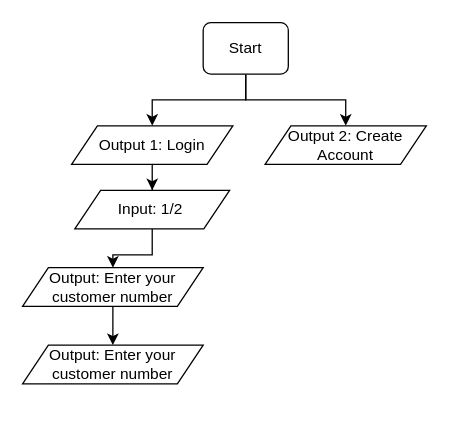
The draw.io diagram Untitled Diagram.drawio in EstiaanG/QA_Journey, before the edit. Source tidied: cells renumbered, new cells numbered last; positions are measured from the earlier drawing's top-left corner, leaving out a move shared by most shapes. Both pictures are drawn from the tidied source at 129%, with x=0, y=0 at pixel (22, 22).
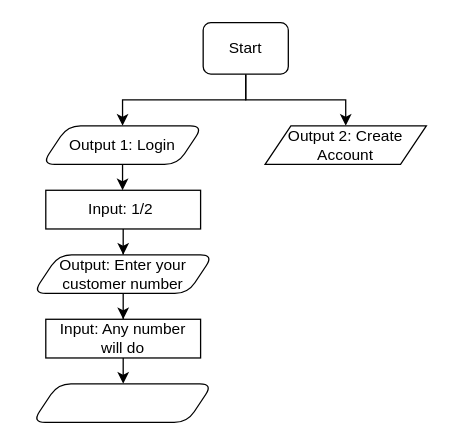
After the change.

The edit, as a diff of the source:
```diff
@@
 <mxGraphModel>
   <root>
     <mxCell id="0" />
     <mxCell id="1" parent="0" />
     <mxCell id="2" style="edgeStyle=orthogonalEdgeStyle;rounded=0;jettySize=auto;html=1;" parent="1" edge="1" source="4" target="6">
       <mxGeometry relative="1" as="geometry" />
     </mxCell>
     <mxCell id="3" style="edgeStyle=orthogonalEdgeStyle;rounded=0;jettySize=auto;html=1;entryX=0.5;entryY=0;entryDx=0;entryDy=0;" parent="1" edge="1" source="4" target="7">
       <mxGeometry relative="1" as="geometry" />
     </mxCell>
     <mxCell id="4" value="Start" style="rounded=1;whiteSpace=wrap;html=1;" parent="1" vertex="1">
       <mxGeometry x="140" width="66" height="40" as="geometry" />
     </mxCell>
-    <mxCell id="5" style="edgeStyle=orthogonalEdgeStyle;rounded=0;jettySize=auto;html=1;entryX=0.5;entryY=0;entryDx=0;entryDy=0;" parent="1" edge="1" source="6" target="9">
+    <mxCell id="5" style="edgeStyle=orthogonalEdgeStyle;rounded=0;jettySize=auto;html=1;entryX=0.5;entryY=0;entryDx=0;entryDy=0;entryPerimeter=0;" parent="1" edge="1" source="6" target="9">
       <mxGeometry relative="1" as="geometry" />
     </mxCell>
-    <mxCell id="6" value="Output 1: Login" style="shape=parallelogram;perimeter=parallelogramPerimeter;whiteSpace=wrap;html=1;fixedSize=1;" parent="1" vertex="1">
-      <mxGeometry x="38" y="80" width="125" height="30" as="geometry" />
+    <mxCell id="6" value="Output 1: Login" style="shape=parallelogram;perimeter=parallelogramPerimeter;whiteSpace=wrap;html=1;fixedSize=1;rounded=1;" parent="1" vertex="1">
+      <mxGeometry x="15" y="80" width="125" height="30" as="geometry" />
     </mxCell>
     <mxCell id="7" value="Output 2: Create Account" style="shape=parallelogram;perimeter=parallelogramPerimeter;whiteSpace=wrap;html=1;fixedSize=1;" parent="1" vertex="1">
       <mxGeometry x="188" y="80" width="125" height="30" as="geometry" />
     </mxCell>
     <mxCell id="8" style="edgeStyle=orthogonalEdgeStyle;rounded=0;jettySize=auto;html=1;" parent="1" edge="1" source="9" target="11">
       <mxGeometry relative="1" as="geometry" />
     </mxCell>
-    <mxCell id="9" value="Input: 1/2&amp;nbsp;" style="shape=parallelogram;perimeter=parallelogramPerimeter;whiteSpace=wrap;html=1;fixedSize=1;" parent="1" vertex="1">
-      <mxGeometry x="40.5" y="130" width="120" height="30" as="geometry" />
+    <mxCell id="9" value="Input: 1/2&amp;nbsp;" style="shape=rectangle;perimeter=retanglePerimeter;whiteSpace=wrap;html=1;fixedSize=1;sketch=0;rounded=0;shadow=0;direction=east;" parent="1" vertex="1">
+      <mxGeometry x="18" y="130" width="120" height="30" as="geometry" />
     </mxCell>
     <mxCell id="10" style="edgeStyle=orthogonalEdgeStyle;rounded=0;jettySize=auto;html=1;" parent="1" edge="1" source="11" target="12">
       <mxGeometry relative="1" as="geometry" />
     </mxCell>
-    <mxCell id="11" value="Output:&amp;nbsp;Enter your customer number" style="shape=parallelogram;perimeter=parallelogramPerimeter;whiteSpace=wrap;html=1;fixedSize=1;" parent="1" vertex="1">
-      <mxGeometry y="190" width="140" height="30" as="geometry" />
+    <mxCell id="11" value="Output:&amp;nbsp;Enter your customer number" style="shape=parallelogram;perimeter=parallelogramPerimeter;whiteSpace=wrap;html=1;fixedSize=1;rounded=1;" parent="1" vertex="1">
+      <mxGeometry x="8" y="180" width="140" height="30" as="geometry" />
     </mxCell>
+    <mxCell id="13" style="edgeStyle=orthogonalEdgeStyle;rounded=0;jettySize=auto;html=1;" parent="1" edge="1" source="12" target="14">
+      <mxGeometry relative="1" as="geometry" />
+    </mxCell>
-    <mxCell id="12" value="Output:&amp;nbsp;Enter your customer number" style="shape=parallelogram;perimeter=parallelogramPerimeter;whiteSpace=wrap;html=1;fixedSize=1;" parent="1" vertex="1">
-      <mxGeometry y="250" width="140" height="30" as="geometry" />
+    <mxCell id="12" value="Input: Any number &lt;br&gt;will do" style="shape=rectangle;perimeter=rectanglePerimeter;whiteSpace=wrap;html=1;fixedSize=1;" parent="1" vertex="1">
+      <mxGeometry x="18" y="230" width="120" height="30" as="geometry" />
     </mxCell>
+    <mxCell id="14" style="shape=parallelogram;perimeter=parallelogramPerimeter;whiteSpace=wrap;html=1;fixedSize=1;rounded=1;" parent="1" vertex="1">
+      <mxGeometry x="7.5" y="280" width="140" height="30" as="geometry" />
+    </mxCell>
   </root>
 </mxGraphModel>
```
